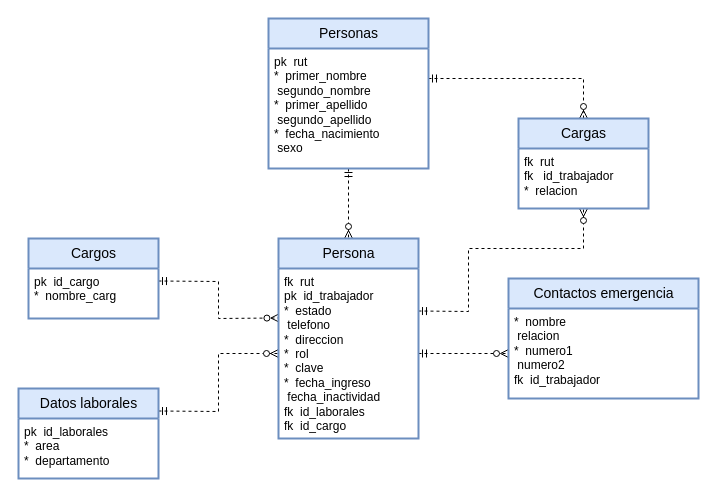
This is ModeloBdTallerDeAplicaciones/Diseño fisico.drawio from Bixo612/Carpeta1, a draw.io file, before an edit. Source tidied: cells renumbered, new cells numbered last; positions are measured from the earlier drawing's top-left corner, leaving out a move shared by most shapes. Both pictures are drawn from the tidied source at 100%, with x=0, y=0 at pixel (18, 18).
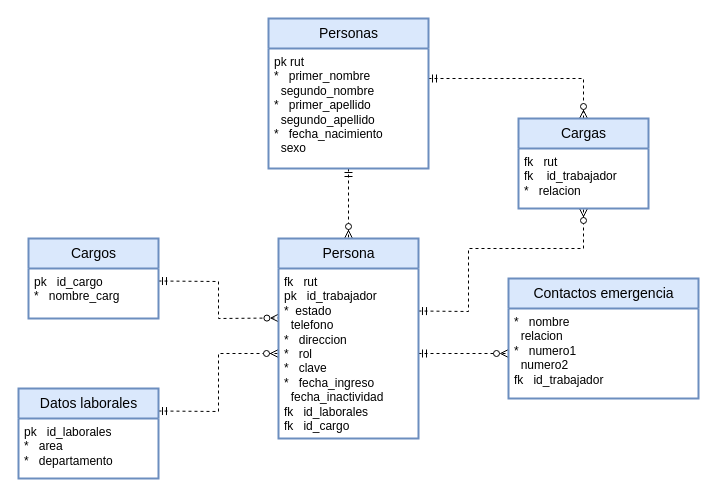
Above is the later version.

Unchanged cells that the change refers to:
```xml
<mxCell id="8" value="Persona" style="swimlane;horizontal=1;startSize=30;rounded=0;fontSize=14;fontStyle=0;strokeWidth=2;shadow=0;dashed=0;align=center;html=1;fillColor=#dae8fc;strokeColor=#6c8ebf;" parent="1" vertex="1">
  <mxGeometry x="260" y="220" width="140" height="200" as="geometry" />
</mxCell>
<mxCell id="10" value="Contactos emergencia" style="swimlane;horizontal=1;startSize=30;rounded=0;fontSize=14;fontStyle=0;strokeWidth=2;shadow=0;dashed=0;align=center;html=1;fillColor=#dae8fc;strokeColor=#6c8ebf;" parent="1" vertex="1">
  <mxGeometry x="490" y="260" width="190" height="120" as="geometry" />
</mxCell>
<mxCell id="12" value="Cargas" style="swimlane;horizontal=1;startSize=30;rounded=0;fontSize=14;fontStyle=0;strokeWidth=2;shadow=0;dashed=0;align=center;html=1;fillColor=#dae8fc;strokeColor=#6c8ebf;" parent="1" vertex="1">
  <mxGeometry x="500" y="100" width="130" height="90" as="geometry" />
</mxCell>
<mxCell id="14" value="Personas" style="swimlane;horizontal=1;startSize=30;rounded=0;fontSize=14;fontStyle=0;strokeWidth=2;shadow=0;dashed=0;align=center;html=1;fillColor=#dae8fc;strokeColor=#6c8ebf;" parent="1" vertex="1">
  <mxGeometry x="250" width="160" height="150" as="geometry" />
</mxCell>
<mxCell id="16" value="Datos laborales" style="swimlane;horizontal=1;startSize=30;rounded=0;fontSize=14;fontStyle=0;strokeWidth=2;shadow=0;dashed=0;align=center;html=1;fillColor=#dae8fc;strokeColor=#6c8ebf;" parent="1" vertex="1">
  <mxGeometry y="370" width="140" height="90" as="geometry" />
</mxCell>
<mxCell id="18" value="Cargos" style="swimlane;horizontal=1;startSize=30;rounded=0;fontSize=14;fontStyle=0;strokeWidth=2;shadow=0;dashed=0;align=center;html=1;fillColor=#dae8fc;strokeColor=#6c8ebf;" parent="1" vertex="1">
  <mxGeometry x="10" y="220" width="130" height="80" as="geometry" />
</mxCell>
```

Change to the diagram source:
```diff
@@
-    <mxCell id="9" value="&lt;div&gt;&lt;span style=&quot;font-size: 12px;&quot;&gt;fk&lt;span style=&quot;&quot;&gt; &lt;span style=&quot;white-space: pre;&quot;&gt; &lt;/span&gt;&lt;/span&gt;rut&lt;/span&gt;&lt;/div&gt;&lt;div&gt;&lt;span style=&quot;font-size: 12px;&quot;&gt;pk&lt;span style=&quot;&quot;&gt; &lt;span style=&quot;white-space: pre;&quot;&gt; &lt;/span&gt;&lt;/span&gt;id_trabajador&lt;/span&gt;&lt;/div&gt;&lt;div&gt;&lt;span style=&quot;font-size: 12px;&quot;&gt;*&lt;span style=&quot;&quot;&gt; &lt;span style=&quot;white-space: pre;&quot;&gt; &lt;/span&gt;&lt;/span&gt;estado&lt;/span&gt;&lt;/div&gt;&lt;div&gt;&lt;span style=&quot;font-size: 12px;&quot;&gt;&lt;span style=&quot;&quot;&gt; &lt;/span&gt;&lt;span style=&quot;white-space: pre;&quot;&gt; &lt;/span&gt;telefono&lt;/span&gt;&lt;/div&gt;&lt;div&gt;&lt;span style=&quot;font-size: 12px;&quot;&gt;*&lt;span style=&quot;&quot;&gt; &lt;span style=&quot;white-space: pre;&quot;&gt; &lt;/span&gt;&lt;/span&gt;direccion&lt;/span&gt;&lt;/div&gt;&lt;div&gt;&lt;span style=&quot;font-size: 12px;&quot;&gt;*&lt;span style=&quot;&quot;&gt; &lt;span style=&quot;white-space: pre;&quot;&gt; &lt;/span&gt;&lt;/span&gt;rol&lt;/span&gt;&lt;/div&gt;&lt;div&gt;&lt;span style=&quot;font-size: 12px;&quot;&gt;*&lt;span style=&quot;&quot;&gt; &lt;span style=&quot;white-space: pre;&quot;&gt; &lt;/span&gt;&lt;/span&gt;clave&lt;/span&gt;&lt;/div&gt;&lt;div&gt;&lt;span style=&quot;font-size: 12px;&quot;&gt;*&lt;span style=&quot;&quot;&gt; &lt;span style=&quot;white-space: pre;&quot;&gt; &lt;/span&gt;&lt;/span&gt;fecha_ingreso&lt;/span&gt;&lt;/div&gt;&lt;div&gt;&lt;span style=&quot;font-size: 12px;&quot;&gt;&lt;span style=&quot;&quot;&gt; &lt;/span&gt;&lt;span style=&quot;white-space: pre;&quot;&gt; &lt;/span&gt;fecha_inactividad&lt;/span&gt;&lt;/div&gt;&lt;div&gt;&lt;span style=&quot;font-size: 12px;&quot;&gt;fk&lt;span style=&quot;&quot;&gt; &lt;span style=&quot;white-space: pre;&quot;&gt; &lt;/span&gt;&lt;/span&gt;id_laborales&lt;/span&gt;&lt;/div&gt;&lt;div&gt;&lt;span style=&quot;font-size: 12px;&quot;&gt;fk&lt;span style=&quot;&quot;&gt; &lt;span style=&quot;white-space: pre;&quot;&gt; &lt;/span&gt;&lt;/span&gt;id_cargo&lt;/span&gt;&lt;/div&gt;" style="align=left;strokeColor=none;fillColor=none;spacingLeft=4;fontSize=12;verticalAlign=top;html=1;rounded=0;" parent="8" vertex="1">
+    <mxCell id="9" value="&lt;div&gt;&lt;span style=&quot;font-size: 12px;&quot;&gt;fk&lt;span style=&quot;&quot;&gt; &lt;span style=&quot;white-space: pre;&quot;&gt; &lt;span style=&quot;white-space: pre;&quot;&gt; &lt;/span&gt;&lt;/span&gt;&lt;/span&gt;rut&lt;/span&gt;&lt;/div&gt;&lt;div&gt;&lt;span style=&quot;font-size: 12px;&quot;&gt;pk&lt;span style=&quot;&quot;&gt; &lt;span style=&quot;white-space: pre;&quot;&gt; &lt;span style=&quot;white-space: pre;&quot;&gt; &lt;/span&gt;&lt;/span&gt;&lt;/span&gt;id_trabajador&lt;/span&gt;&lt;/div&gt;&lt;div&gt;&lt;span style=&quot;font-size: 12px;&quot;&gt;*&lt;span style=&quot;&quot;&gt; &lt;span style=&quot;white-space: pre;&quot;&gt; &lt;/span&gt;&lt;/span&gt;estado&lt;/span&gt;&lt;/div&gt;&lt;div&gt;&lt;span style=&quot;font-size: 12px;&quot;&gt;&lt;span style=&quot;&quot;&gt; &lt;/span&gt;&lt;span style=&quot;white-space: pre;&quot;&gt; &lt;span style=&quot;white-space: pre;&quot;&gt; &lt;/span&gt;&lt;/span&gt;telefono&lt;/span&gt;&lt;/div&gt;&lt;div&gt;&lt;span style=&quot;font-size: 12px;&quot;&gt;*&lt;span style=&quot;&quot;&gt; &lt;span style=&quot;white-space: pre;&quot;&gt; &lt;span style=&quot;white-space: pre;&quot;&gt; &lt;/span&gt;&lt;/span&gt;&lt;/span&gt;direccion&lt;/span&gt;&lt;/div&gt;&lt;div&gt;&lt;span style=&quot;font-size: 12px;&quot;&gt;*&lt;span style=&quot;&quot;&gt; &lt;span style=&quot;white-space: pre;&quot;&gt; &lt;span style=&quot;white-space: pre;&quot;&gt; &lt;/span&gt;&lt;/span&gt;&lt;/span&gt;rol&lt;/span&gt;&lt;/div&gt;&lt;div&gt;&lt;span style=&quot;font-size: 12px;&quot;&gt;*&lt;span style=&quot;&quot;&gt; &lt;span style=&quot;white-space: pre;&quot;&gt; &lt;span style=&quot;white-space: pre;&quot;&gt; &lt;/span&gt;&lt;/span&gt;&lt;/span&gt;clave&lt;/span&gt;&lt;/div&gt;&lt;div&gt;&lt;span style=&quot;font-size: 12px;&quot;&gt;*&lt;span style=&quot;&quot;&gt; &lt;span style=&quot;white-space: pre;&quot;&gt; &lt;span style=&quot;white-space: pre;&quot;&gt; &lt;/span&gt;&lt;/span&gt;&lt;/span&gt;fecha_ingreso&lt;/span&gt;&lt;/div&gt;&lt;div&gt;&lt;span style=&quot;font-size: 12px;&quot;&gt;&lt;span style=&quot;&quot;&gt; &lt;/span&gt;&lt;span style=&quot;white-space: pre;&quot;&gt; &lt;span style=&quot;white-space: pre;&quot;&gt; &lt;/span&gt;&lt;/span&gt;fecha_inactividad&lt;/span&gt;&lt;/div&gt;&lt;div&gt;&lt;span style=&quot;font-size: 12px;&quot;&gt;fk&lt;span style=&quot;&quot;&gt; &lt;span style=&quot;white-space: pre;&quot;&gt; &lt;span style=&quot;white-space: pre;&quot;&gt; &lt;/span&gt;&lt;/span&gt;&lt;/span&gt;id_laborales&lt;/span&gt;&lt;/div&gt;&lt;div&gt;&lt;span style=&quot;font-size: 12px;&quot;&gt;fk&lt;span style=&quot;&quot;&gt; &lt;span style=&quot;white-space: pre;&quot;&gt; &lt;span style=&quot;white-space: pre;&quot;&gt; &lt;/span&gt;&lt;/span&gt;&lt;/span&gt;id_cargo&lt;/span&gt;&lt;/div&gt;" style="align=left;strokeColor=none;fillColor=none;spacingLeft=4;fontSize=12;verticalAlign=top;html=1;rounded=0;" parent="8" vertex="1">
       <mxGeometry y="30" width="140" height="170" as="geometry" />
     </mxCell>
@@
-    <mxCell id="11" value="&lt;div&gt;&lt;span style=&quot;font-size: 12px;&quot;&gt;*&lt;span style=&quot;&quot;&gt; &lt;span style=&quot;white-space: pre;&quot;&gt; &lt;/span&gt;&lt;/span&gt;nombre&lt;/span&gt;&lt;/div&gt;&lt;div&gt;&lt;span style=&quot;font-size: 12px;&quot;&gt;&lt;span style=&quot;&quot;&gt; &lt;/span&gt;&lt;span style=&quot;white-space: pre;&quot;&gt; &lt;/span&gt;relacion&lt;/span&gt;&lt;/div&gt;&lt;div&gt;&lt;span style=&quot;font-size: 12px;&quot;&gt;*&lt;span style=&quot;&quot;&gt; &lt;span style=&quot;white-space: pre;&quot;&gt; &lt;/span&gt;&lt;/span&gt;numero1&lt;/span&gt;&lt;/div&gt;&lt;div&gt;&lt;span style=&quot;font-size: 12px;&quot;&gt;&lt;span style=&quot;&quot;&gt; &lt;/span&gt;&lt;span style=&quot;white-space: pre;&quot;&gt; &lt;/span&gt;numero2&lt;/span&gt;&lt;/div&gt;&lt;div&gt;&lt;span style=&quot;font-size: 12px;&quot;&gt;fk&lt;span style=&quot;&quot;&gt; &lt;span style=&quot;white-space: pre;&quot;&gt; &lt;/span&gt;&lt;/span&gt;id_trabajador&lt;/span&gt;&lt;/div&gt;" style="align=left;strokeColor=none;fillColor=none;spacingLeft=4;fontSize=12;verticalAlign=top;html=1;rounded=0;" parent="10" vertex="1">
+    <mxCell id="11" value="&lt;div&gt;&lt;span style=&quot;font-size: 12px;&quot;&gt;*&lt;span style=&quot;&quot;&gt; &lt;span style=&quot;white-space: pre;&quot;&gt; &lt;span style=&quot;white-space: pre;&quot;&gt; &lt;/span&gt;&lt;/span&gt;&lt;/span&gt;nombre&lt;/span&gt;&lt;/div&gt;&lt;div&gt;&lt;span style=&quot;font-size: 12px;&quot;&gt;&lt;span style=&quot;&quot;&gt; &lt;/span&gt;&lt;span style=&quot;white-space: pre;&quot;&gt; &lt;span style=&quot;white-space: pre;&quot;&gt; &lt;/span&gt;&lt;/span&gt;relacion&lt;/span&gt;&lt;/div&gt;&lt;div&gt;&lt;span style=&quot;font-size: 12px;&quot;&gt;*&lt;span style=&quot;&quot;&gt; &lt;span style=&quot;white-space: pre;&quot;&gt; &lt;span style=&quot;white-space: pre;&quot;&gt; &lt;/span&gt;&lt;/span&gt;&lt;/span&gt;numero1&lt;/span&gt;&lt;/div&gt;&lt;div&gt;&lt;span style=&quot;font-size: 12px;&quot;&gt;&lt;span style=&quot;&quot;&gt; &lt;/span&gt;&lt;span style=&quot;white-space: pre;&quot;&gt; &lt;span style=&quot;white-space: pre;&quot;&gt; &lt;/span&gt;&lt;/span&gt;numero2&lt;/span&gt;&lt;/div&gt;&lt;div&gt;&lt;span style=&quot;font-size: 12px;&quot;&gt;fk&lt;span style=&quot;&quot;&gt; &lt;span style=&quot;white-space: pre;&quot;&gt; &lt;span style=&quot;white-space: pre;&quot;&gt; &lt;/span&gt;&lt;/span&gt;&lt;/span&gt;id_trabajador&lt;/span&gt;&lt;/div&gt;" style="align=left;strokeColor=none;fillColor=none;spacingLeft=4;fontSize=12;verticalAlign=top;html=1;rounded=0;" parent="10" vertex="1">
       <mxGeometry y="30" width="190" height="90" as="geometry" />
     </mxCell>
@@
-    <mxCell id="13" value="&lt;div&gt;&lt;span style=&quot;font-size: 12px;&quot;&gt;fk&lt;span style=&quot;&quot;&gt; &lt;span style=&quot;white-space: pre;&quot;&gt; &lt;/span&gt;&lt;/span&gt;rut&lt;/span&gt;&lt;/div&gt;&lt;div&gt;&lt;span style=&quot;font-size: 12px;&quot;&gt;fk &lt;span style=&quot;white-space: pre;&quot;&gt; &lt;/span&gt;&lt;span style=&quot;&quot;&gt; &lt;/span&gt;id_trabajador&lt;/span&gt;&lt;/div&gt;&lt;div&gt;&lt;span style=&quot;font-size: 12px;&quot;&gt;*&lt;span style=&quot;&quot;&gt; &lt;span style=&quot;white-space: pre;&quot;&gt; &lt;/span&gt;&lt;/span&gt;relacion&lt;/span&gt;&lt;/div&gt;" style="align=left;strokeColor=none;fillColor=none;spacingLeft=4;fontSize=12;verticalAlign=top;html=1;rounded=0;" parent="12" vertex="1">
+    <mxCell id="13" value="&lt;div&gt;&lt;span style=&quot;font-size: 12px;&quot;&gt;fk&lt;span style=&quot;&quot;&gt; &lt;span style=&quot;white-space: pre;&quot;&gt; &lt;span style=&quot;white-space: pre;&quot;&gt; &lt;/span&gt;&lt;/span&gt;&lt;/span&gt;rut&lt;/span&gt;&lt;/div&gt;&lt;div&gt;&lt;span style=&quot;font-size: 12px;&quot;&gt;fk &lt;span style=&quot;white-space: pre;&quot;&gt; &lt;/span&gt;&lt;span style=&quot;&quot;&gt; &lt;span style=&quot;white-space: pre;&quot;&gt; &lt;/span&gt;&lt;/span&gt;id_trabajador&lt;/span&gt;&lt;/div&gt;&lt;div&gt;&lt;span style=&quot;font-size: 12px;&quot;&gt;*&lt;span style=&quot;&quot;&gt; &lt;span style=&quot;white-space: pre;&quot;&gt; &lt;span style=&quot;white-space: pre;&quot;&gt; &lt;/span&gt;&lt;/span&gt;&lt;/span&gt;relacion&lt;/span&gt;&lt;/div&gt;" style="align=left;strokeColor=none;fillColor=none;spacingLeft=4;fontSize=12;verticalAlign=top;html=1;rounded=0;" parent="12" vertex="1">
       <mxGeometry y="30" width="130" height="60" as="geometry" />
     </mxCell>
@@
-    <mxCell id="15" value="&lt;div&gt;&lt;span style=&quot;font-size: 12px;&quot;&gt;pk&lt;span style=&quot;&quot;&gt; &lt;span style=&quot;white-space: pre;&quot;&gt; &lt;/span&gt;&lt;/span&gt;rut&lt;/span&gt;&lt;/div&gt;&lt;div&gt;&lt;span style=&quot;font-size: 12px;&quot;&gt;*&lt;span style=&quot;&quot;&gt; &lt;span style=&quot;white-space: pre;&quot;&gt; &lt;/span&gt;&lt;/span&gt;primer_nombre&lt;/span&gt;&lt;/div&gt;&lt;div&gt;&lt;span style=&quot;font-size: 12px;&quot;&gt;&lt;span style=&quot;&quot;&gt; &lt;/span&gt;&lt;span style=&quot;white-space: pre;&quot;&gt; &lt;/span&gt;segundo_nombre&lt;/span&gt;&lt;/div&gt;&lt;div&gt;&lt;span style=&quot;font-size: 12px;&quot;&gt;*&lt;span style=&quot;&quot;&gt; &lt;span style=&quot;white-space: pre;&quot;&gt; &lt;/span&gt;&lt;/span&gt;primer_apellido&lt;/span&gt;&lt;/div&gt;&lt;div&gt;&lt;span style=&quot;font-size: 12px;&quot;&gt;&lt;span style=&quot;&quot;&gt; &lt;/span&gt;&lt;span style=&quot;white-space: pre;&quot;&gt; &lt;/span&gt;segundo_apellido&lt;/span&gt;&lt;/div&gt;&lt;div&gt;&lt;span style=&quot;font-size: 12px;&quot;&gt;*&lt;span style=&quot;&quot;&gt; &lt;span style=&quot;white-space: pre;&quot;&gt; &lt;/span&gt;&lt;/span&gt;fecha_nacimiento&lt;/span&gt;&lt;/div&gt;&lt;div&gt;&lt;span style=&quot;font-size: 12px;&quot;&gt;&lt;span style=&quot;&quot;&gt; &lt;/span&gt;&lt;span style=&quot;white-space: pre;&quot;&gt; &lt;/span&gt;sexo&lt;/span&gt;&lt;/div&gt;" style="align=left;strokeColor=none;fillColor=none;spacingLeft=4;fontSize=12;verticalAlign=top;html=1;rounded=0;" parent="14" vertex="1">
+    <mxCell id="15" value="&lt;div&gt;&lt;span style=&quot;font-size: 12px;&quot;&gt;pk&lt;span style=&quot;white-space: pre;&quot;&gt; &lt;/span&gt;rut&lt;/span&gt;&lt;/div&gt;&lt;div&gt;&lt;span style=&quot;font-size: 12px;&quot;&gt;*&lt;span style=&quot;&quot;&gt; &lt;span style=&quot;white-space: pre;&quot;&gt; &lt;span style=&quot;white-space: pre;&quot;&gt; &lt;/span&gt;&lt;/span&gt;&lt;/span&gt;primer_nombre&lt;/span&gt;&lt;/div&gt;&lt;div&gt;&lt;span style=&quot;font-size: 12px;&quot;&gt;&lt;span style=&quot;&quot;&gt; &lt;/span&gt;&lt;span style=&quot;white-space: pre;&quot;&gt; &lt;span style=&quot;white-space: pre;&quot;&gt; &lt;/span&gt;&lt;/span&gt;segundo_nombre&lt;/span&gt;&lt;/div&gt;&lt;div&gt;&lt;span style=&quot;font-size: 12px;&quot;&gt;*&lt;span style=&quot;&quot;&gt; &lt;span style=&quot;white-space: pre;&quot;&gt; &lt;span style=&quot;white-space: pre;&quot;&gt; &lt;/span&gt;&lt;/span&gt;&lt;/span&gt;primer_apellido&lt;/span&gt;&lt;/div&gt;&lt;div&gt;&lt;span style=&quot;font-size: 12px;&quot;&gt;&lt;span style=&quot;&quot;&gt; &lt;/span&gt;&lt;span style=&quot;white-space: pre;&quot;&gt; &lt;span style=&quot;white-space: pre;&quot;&gt; &lt;/span&gt;&lt;/span&gt;segundo_apellido&lt;/span&gt;&lt;/div&gt;&lt;div&gt;&lt;span style=&quot;font-size: 12px;&quot;&gt;*&lt;span style=&quot;&quot;&gt; &lt;span style=&quot;white-space: pre;&quot;&gt; &lt;span style=&quot;white-space: pre;&quot;&gt; &lt;/span&gt;&lt;/span&gt;&lt;/span&gt;fecha_nacimiento&lt;/span&gt;&lt;/div&gt;&lt;div&gt;&lt;span style=&quot;font-size: 12px;&quot;&gt;&lt;span style=&quot;&quot;&gt; &lt;/span&gt;&lt;span style=&quot;white-space: pre;&quot;&gt; &lt;span style=&quot;white-space: pre;&quot;&gt; &lt;/span&gt;&lt;/span&gt;sexo&lt;/span&gt;&lt;/div&gt;" style="align=left;strokeColor=none;fillColor=none;spacingLeft=4;fontSize=12;verticalAlign=top;html=1;rounded=0;" parent="14" vertex="1">
       <mxGeometry y="30" width="160" height="120" as="geometry" />
     </mxCell>
@@
-    <mxCell id="17" value="&lt;div&gt;&lt;span style=&quot;font-size: 12px;&quot;&gt;pk&lt;span style=&quot;&quot;&gt; &lt;span style=&quot;white-space: pre;&quot;&gt; &lt;/span&gt;&lt;/span&gt;id_laborales&lt;/span&gt;&lt;/div&gt;&lt;div&gt;&lt;span style=&quot;font-size: 12px;&quot;&gt;*&lt;span style=&quot;&quot;&gt; &lt;span style=&quot;white-space: pre;&quot;&gt; &lt;/span&gt;&lt;/span&gt;area&lt;/span&gt;&lt;/div&gt;&lt;div&gt;&lt;span style=&quot;font-size: 12px;&quot;&gt;*&lt;span style=&quot;&quot;&gt; &lt;span style=&quot;white-space: pre;&quot;&gt; &lt;/span&gt;&lt;/span&gt;departamento&lt;/span&gt;&lt;/div&gt;&lt;div&gt;&lt;br&gt;&lt;/div&gt;" style="align=left;strokeColor=none;fillColor=none;spacingLeft=4;fontSize=12;verticalAlign=top;html=1;rounded=0;" parent="16" vertex="1">
+    <mxCell id="17" value="&lt;div&gt;&lt;span style=&quot;font-size: 12px;&quot;&gt;pk&lt;span style=&quot;&quot;&gt; &lt;span style=&quot;white-space: pre;&quot;&gt; &lt;span style=&quot;white-space: pre;&quot;&gt; &lt;/span&gt;&lt;/span&gt;&lt;/span&gt;id_laborales&lt;/span&gt;&lt;/div&gt;&lt;div&gt;&lt;span style=&quot;font-size: 12px;&quot;&gt;*&lt;span style=&quot;&quot;&gt; &lt;span style=&quot;white-space: pre;&quot;&gt; &lt;span style=&quot;white-space: pre;&quot;&gt; &lt;/span&gt;&lt;/span&gt;&lt;/span&gt;area&lt;/span&gt;&lt;/div&gt;&lt;div&gt;&lt;span style=&quot;font-size: 12px;&quot;&gt;*&lt;span style=&quot;&quot;&gt; &lt;span style=&quot;white-space: pre;&quot;&gt; &lt;span style=&quot;white-space: pre;&quot;&gt; &lt;/span&gt;&lt;/span&gt;&lt;/span&gt;departamento&lt;/span&gt;&lt;/div&gt;" style="align=left;strokeColor=none;fillColor=none;spacingLeft=4;fontSize=12;verticalAlign=top;html=1;rounded=0;" parent="16" vertex="1">
       <mxGeometry y="30" width="140" height="60" as="geometry" />
     </mxCell>
@@
-    <mxCell id="19" value="&lt;div&gt;&lt;span style=&quot;font-size: 12px;&quot;&gt;pk&lt;span style=&quot;&quot;&gt; &lt;span style=&quot;white-space: pre;&quot;&gt; &lt;/span&gt;&lt;/span&gt;id_cargo&lt;/span&gt;&lt;/div&gt;&lt;div&gt;&lt;span style=&quot;font-size: 12px;&quot;&gt;*&lt;span style=&quot;&quot;&gt; &lt;span style=&quot;white-space: pre;&quot;&gt; &lt;/span&gt;&lt;/span&gt;nombre_carg&lt;/span&gt;&lt;/div&gt;" style="align=left;strokeColor=none;fillColor=none;spacingLeft=4;fontSize=12;verticalAlign=top;html=1;rounded=0;" parent="18" vertex="1">
+    <mxCell id="19" value="&lt;div&gt;&lt;span style=&quot;font-size: 12px;&quot;&gt;pk&lt;span style=&quot;&quot;&gt; &lt;span style=&quot;white-space: pre;&quot;&gt; &lt;span style=&quot;white-space: pre;&quot;&gt; &lt;/span&gt;&lt;/span&gt;&lt;/span&gt;id_cargo&lt;/span&gt;&lt;/div&gt;&lt;div&gt;&lt;span style=&quot;font-size: 12px;&quot;&gt;*&lt;span style=&quot;&quot;&gt; &lt;span style=&quot;white-space: pre;&quot;&gt; &lt;span style=&quot;white-space: pre;&quot;&gt; &lt;/span&gt;&lt;/span&gt;&lt;/span&gt;nombre_carg&lt;/span&gt;&lt;/div&gt;" style="align=left;strokeColor=none;fillColor=none;spacingLeft=4;fontSize=12;verticalAlign=top;html=1;rounded=0;" parent="18" vertex="1">
       <mxGeometry y="30" width="130" height="50" as="geometry" />
     </mxCell>
```
